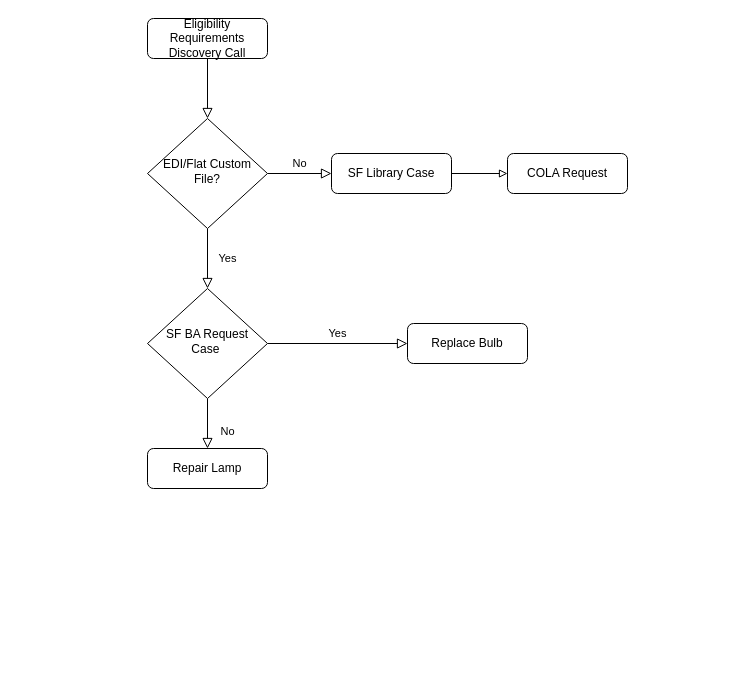
The draw.io diagram Untitled Diagram.drawio in jsolis1992/main, before the edit. Source tidied: cells renumbered, new cells numbered last; positions are measured from the earlier drawing's top-left corner, leaving out a move shared by most shapes. Both pictures are drawn from the tidied source at 100%, with x=0, y=0 at pixel (147, 18).
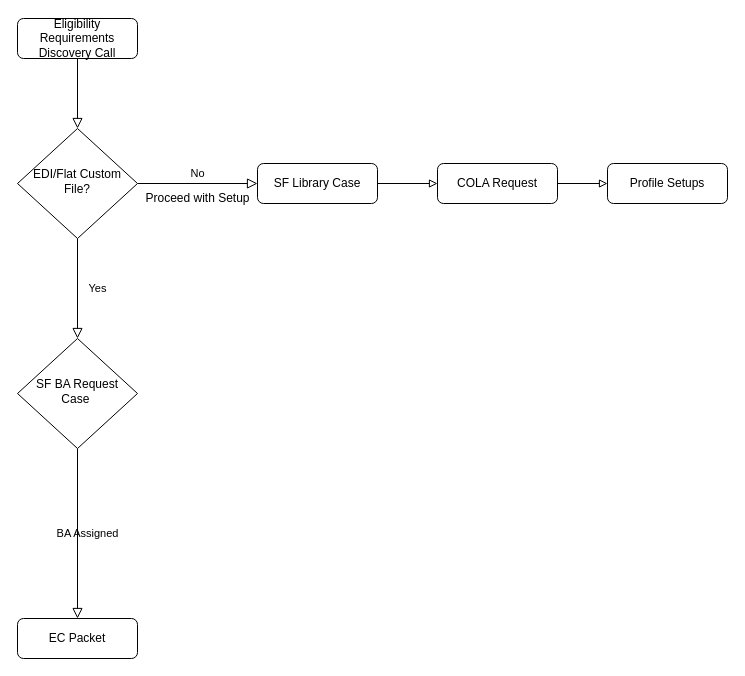
The same page after the edit.

The edit, as a diff of the source:
```diff
@@
 <mxGraphModel>
   <root>
     <mxCell id="0" />
     <mxCell id="1" parent="0" />
     <mxCell id="2" style="rounded=0;html=1;jettySize=auto;fontSize=11;endArrow=block;endFill=0;endSize=8;strokeWidth=1;shadow=0;labelBackgroundColor=none;edgeStyle=orthogonalEdgeStyle;" parent="1" edge="1" source="3" target="6">
       <mxGeometry relative="1" as="geometry" />
     </mxCell>
     <mxCell id="3" value="Eligibility Requirements Discovery Call" style="rounded=1;whiteSpace=wrap;html=1;fontSize=12;glass=0;strokeWidth=1;shadow=0;" parent="1" vertex="1">
-      <mxGeometry width="120" height="40" as="geometry" />
+      <mxGeometry x="-130" width="120" height="40" as="geometry" />
     </mxCell>
     <mxCell id="4" value="Yes" style="rounded=0;html=1;jettySize=auto;fontSize=11;endArrow=block;endFill=0;endSize=8;strokeWidth=1;shadow=0;labelBackgroundColor=none;edgeStyle=orthogonalEdgeStyle;" parent="1" edge="1" source="6" target="11">
       <mxGeometry y="20" relative="1" as="geometry" />
     </mxCell>
     <mxCell id="5" value="No" style="edgeStyle=orthogonalEdgeStyle;rounded=0;html=1;jettySize=auto;fontSize=11;endArrow=block;endFill=0;endSize=8;strokeWidth=1;shadow=0;labelBackgroundColor=none;" parent="1" edge="1" source="6" target="8">
       <mxGeometry y="10" relative="1" as="geometry" />
     </mxCell>
     <mxCell id="6" value="EDI/Flat Custom File?" style="rhombus;whiteSpace=wrap;html=1;shadow=0;fontFamily=Helvetica;fontSize=12;align=center;strokeWidth=1;spacing=6;spacingTop=-4;" parent="1" vertex="1">
-      <mxGeometry y="100" width="120" height="110" as="geometry" />
+      <mxGeometry x="-130" y="110" width="120" height="110" as="geometry" />
     </mxCell>
     <mxCell id="7" style="edgeStyle=orthogonalEdgeStyle;rounded=0;jettySize=auto;html=1;exitX=1;exitY=0.5;exitDx=0;exitDy=0;endArrow=block;endFill=0;" parent="1" edge="1" source="8" target="14">
       <mxGeometry relative="1" as="geometry" />
     </mxCell>
     <mxCell id="8" value="SF Library Case" style="rounded=1;whiteSpace=wrap;html=1;fontSize=12;glass=0;strokeWidth=1;shadow=0;" parent="1" vertex="1">
-      <mxGeometry x="184" y="135" width="120" height="40" as="geometry" />
+      <mxGeometry x="110" y="145" width="120" height="40" as="geometry" />
     </mxCell>
-    <mxCell id="9" value="No" style="rounded=0;html=1;jettySize=auto;fontSize=11;endArrow=block;endFill=0;endSize=8;strokeWidth=1;shadow=0;labelBackgroundColor=none;edgeStyle=orthogonalEdgeStyle;" parent="1" edge="1" source="11" target="12">
-      <mxGeometry x="0.33" y="20" relative="1" as="geometry" />
-    </mxCell>
-    <mxCell id="10" value="Yes" style="edgeStyle=orthogonalEdgeStyle;rounded=0;html=1;jettySize=auto;fontSize=11;endArrow=block;endFill=0;endSize=8;strokeWidth=1;shadow=0;labelBackgroundColor=none;" parent="1" edge="1" source="11" target="13">
+    <mxCell id="10" value="BA Assigned" style="edgeStyle=orthogonalEdgeStyle;rounded=0;html=1;jettySize=auto;fontSize=11;endArrow=block;endFill=0;endSize=8;strokeWidth=1;shadow=0;labelBackgroundColor=none;" parent="1" edge="1" source="11" target="13">
       <mxGeometry y="10" relative="1" as="geometry" />
     </mxCell>
     <mxCell id="11" value="SF BA Request&lt;br&gt;Case&amp;nbsp;" style="rhombus;whiteSpace=wrap;html=1;shadow=0;fontFamily=Helvetica;fontSize=12;align=center;strokeWidth=1;spacing=6;spacingTop=-4;" parent="1" vertex="1">
-      <mxGeometry y="270" width="120" height="110" as="geometry" />
+      <mxGeometry x="-130" y="320" width="120" height="110" as="geometry" />
     </mxCell>
-    <mxCell id="12" value="Repair Lamp" style="rounded=1;whiteSpace=wrap;html=1;fontSize=12;glass=0;strokeWidth=1;shadow=0;" parent="1" vertex="1">
-      <mxGeometry y="430" width="120" height="40" as="geometry" />
-    </mxCell>
-    <mxCell id="13" value="Replace Bulb" style="rounded=1;whiteSpace=wrap;html=1;fontSize=12;glass=0;strokeWidth=1;shadow=0;" parent="1" vertex="1">
-      <mxGeometry x="260" y="305" width="120" height="40" as="geometry" />
+    <mxCell id="13" value="EC Packet" style="rounded=1;whiteSpace=wrap;html=1;fontSize=12;glass=0;strokeWidth=1;shadow=0;" parent="1" vertex="1">
+      <mxGeometry x="-130" y="600" width="120" height="40" as="geometry" />
     </mxCell>
+    <mxCell id="15" style="edgeStyle=orthogonalEdgeStyle;rounded=0;jettySize=auto;html=1;exitX=1;exitY=0.5;exitDx=0;exitDy=0;endArrow=block;endFill=0;" parent="1" edge="1" source="14" target="17">
+      <mxGeometry relative="1" as="geometry" />
+    </mxCell>
     <mxCell id="14" value="COLA Request" style="rounded=1;whiteSpace=wrap;html=1;fontSize=12;glass=0;strokeWidth=1;shadow=0;" parent="1" vertex="1">
-      <mxGeometry x="360" y="135" width="120" height="40" as="geometry" />
+      <mxGeometry x="290" y="145" width="120" height="40" as="geometry" />
     </mxCell>
+    <mxCell id="16" value="Proceed with Setup" style="text;html=1;align=center;verticalAlign=middle;" parent="1" vertex="1">
+      <mxGeometry x="-10" y="170" width="120" height="20" as="geometry" />
+    </mxCell>
+    <mxCell id="17" value="Profile Setups" style="rounded=1;whiteSpace=wrap;html=1;fontSize=12;glass=0;strokeWidth=1;shadow=0;" parent="1" vertex="1">
+      <mxGeometry x="460" y="145" width="120" height="40" as="geometry" />
+    </mxCell>
   </root>
 </mxGraphModel>
```
